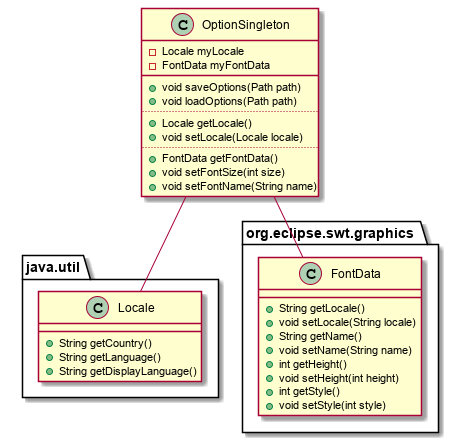
Before: 2-Entwurf/Diagramme/OptionsClassDiagram.png, a diagram exported from PlantUML (osl2/DAQ-Documents).
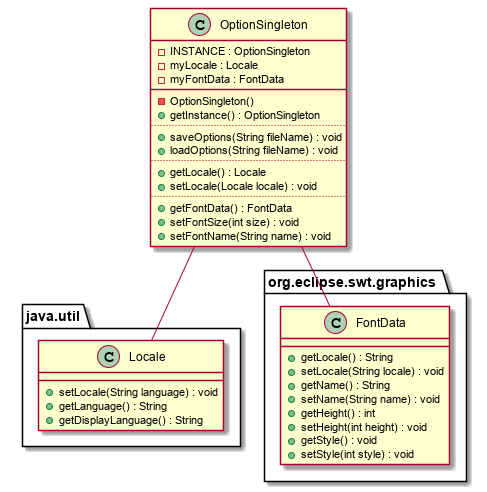
The same file after the commit.

What changed in the source:
```diff
@@ -1,39 +1,43 @@
 @startuml
 
 class OptionSingleton {
-	- Locale myLocale
-	- FontData myFontData
+	- INSTANCE : OptionSingleton
+	- myLocale : Locale
+	- myFontData : FontData
 	__
-	+ void saveOptions(Path path)
-	+ void loadOptions(Path path)
+	- OptionSingleton()
+	+ getInstance() : OptionSingleton
 	..
-	+ Locale getLocale()
-	+ void setLocale(Locale locale)
+	+ saveOptions(String fileName) : void
+	+ loadOptions(String fileName) : void
 	..
-	+ FontData getFontData()
-	+ void setFontSize(int size)
-	+ void setFontName(String name)
+	+ getLocale() : Locale
+	+ setLocale(Locale locale) : void
+	..
+	+ getFontData() : FontData
+	+ setFontSize(int size) : void
+	+ setFontName(String name) : void
 }
 
 package java.util {
-class Locale {
-	+ String getCountry()
-	+ String getLanguage()
-	+ String getDisplayLanguage()
-}
+	class Locale {
+		+ setLocale(String language) : void
+		+ getLanguage() : String
+		+ getDisplayLanguage() : String
+	}
 }
 
 package org.eclipse.swt.graphics {
-class FontData {
-	+ String getLocale()
-	+ void setLocale(String locale)
-	+ String getName()
-	+ void setName(String name)
-	+ int getHeight()
-	+ void setHeight(int height)
-	+ int getStyle()
-	+ void setStyle(int style)
-}
+	class FontData {
+		+ getLocale() : String
+		+ setLocale(String locale) : void
+		+ getName() : String
+		+ setName(String name) : void
+		+ getHeight() : int
+		+ setHeight(int height) : void
+		+ getStyle() : void
+		+ setStyle(int style) : void
+	}
 }
 
 OptionSingleton -- Locale
```
